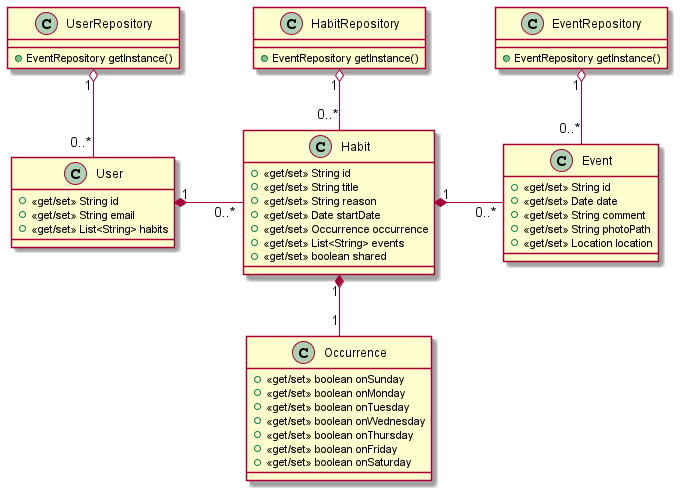
Earlier version of the PlantUML export doc/model_basic.png (CMPUT301F21T22/Nabu). The source it was exported from:
```plantuml
@startuml

class UserRepository {
    + EventRepository getInstance()
}

class HabitRepository {
    + EventRepository getInstance()
}

class EventRepository {
    + EventRepository getInstance()
}

class User {
    +<<get/set>> String id
    +<<get/set>> String email
    +<<get/set>> List<String> habits
}

class Habit {
    +<<get/set>> String id
    +<<get/set>> String title
    +<<get/set>> String reason
    +<<get/set>> Date startDate
    +<<get/set>> Occurrence occurrence
    +<<get/set>> List<String> events
    +<<get/set>> boolean shared
}

class Event {
    +<<get/set>> String id
    +<<get/set>> Date date
    +<<get/set>> String comment
    +<<get/set>> String photoPath
    +<<get/set>> Location location
}


class Occurrence {
    +<<get/set>> boolean onSunday
    +<<get/set>> boolean onMonday
    +<<get/set>> boolean onTuesday
    +<<get/set>> boolean onWednesday
    +<<get/set>> boolean onThursday
    +<<get/set>> boolean onFriday
    +<<get/set>> boolean onSaturday
}

UserRepository "1" o-- "0..*" User
HabitRepository "1" o-- "0..*" Habit
EventRepository "1" o-- "0..*" Event

User "1" *- "0..*" Habit : \t
Habit "1" *- "0..*" Event : \t

Habit "1" *-- "1" Occurrence

@enduml
```
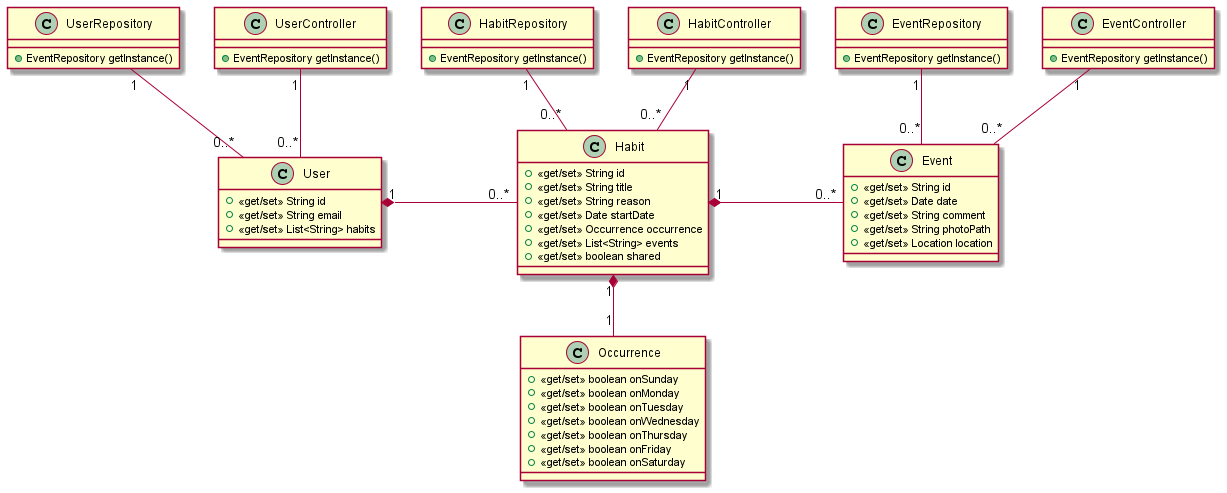
After the commit.

Commit message:
More class UML diagrams

What changed in the source:
```diff
@@ -9,6 +9,18 @@
 }
 
 class EventRepository {
+    + EventRepository getInstance()
+}
+
+class UserController {
+    + EventRepository getInstance()
+}
+
+class HabitController {
+    + EventRepository getInstance()
+}
+
+class EventController {
     + EventRepository getInstance()
 }
 
@@ -47,9 +59,12 @@
     +<<get/set>> boolean onSaturday
 }
 
-UserRepository "1" o-- "0..*" User
-HabitRepository "1" o-- "0..*" Habit
-EventRepository "1" o-- "0..*" Event
+UserRepository "1" -- "0..*" User
+HabitRepository "1" -- "0..*" Habit
+EventRepository "1" -- "0..*" Event
+UserController "1" -- "0..*" User
+HabitController "1" -- "0..*" Habit
+EventController "1" -- "0..*" Event
 
 User "1" *- "0..*" Habit : \t
 Habit "1" *- "0..*" Event : \t
```
